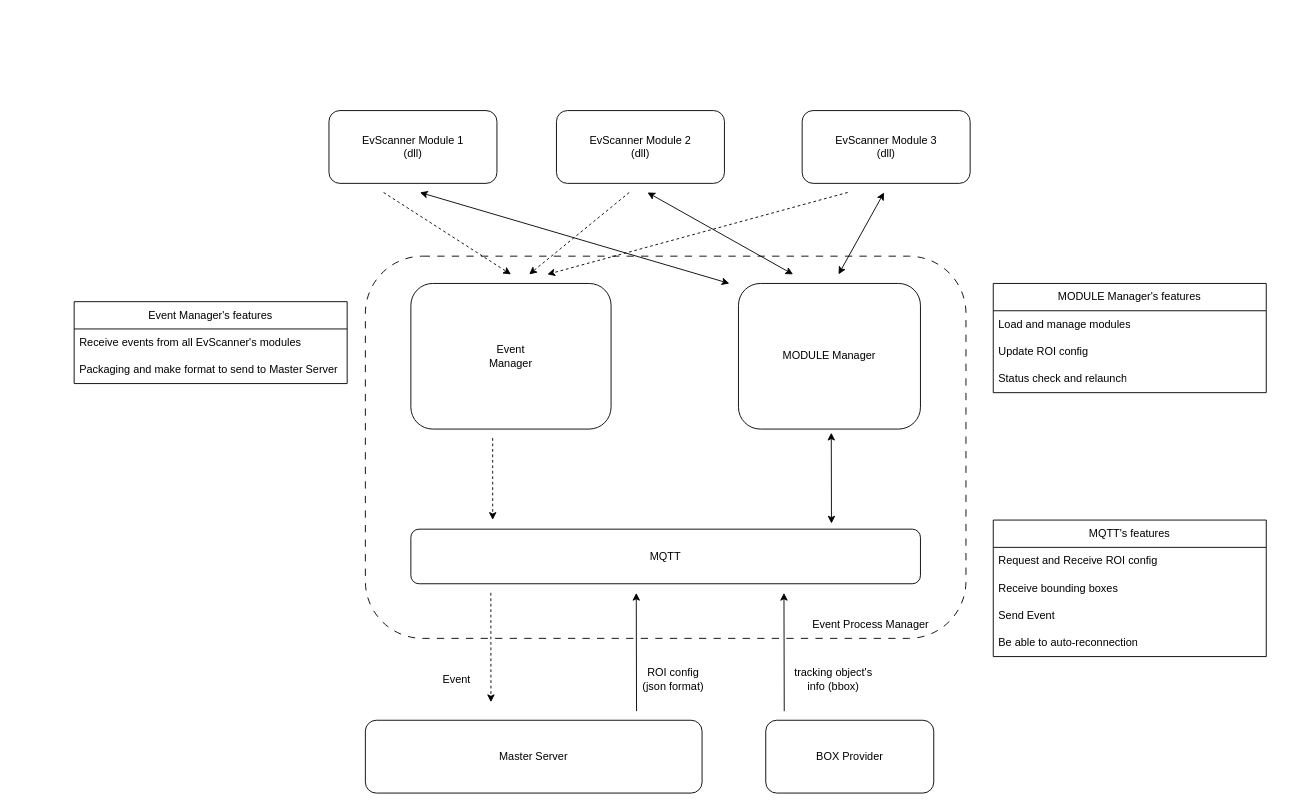
The draw.io diagram page "SolutionOrganization" (2 of 3) of PNIXEventProcess.drawio in huunhan312/CodeDiagram, before the edit. Source tidied: cells renumbered, new cells numbered last; positions are measured from the earlier drawing's top-left corner, leaving out a move shared by most shapes. Both pictures are drawn from the tidied source at 91%, with x=0, y=0 at pixel (74, 110).
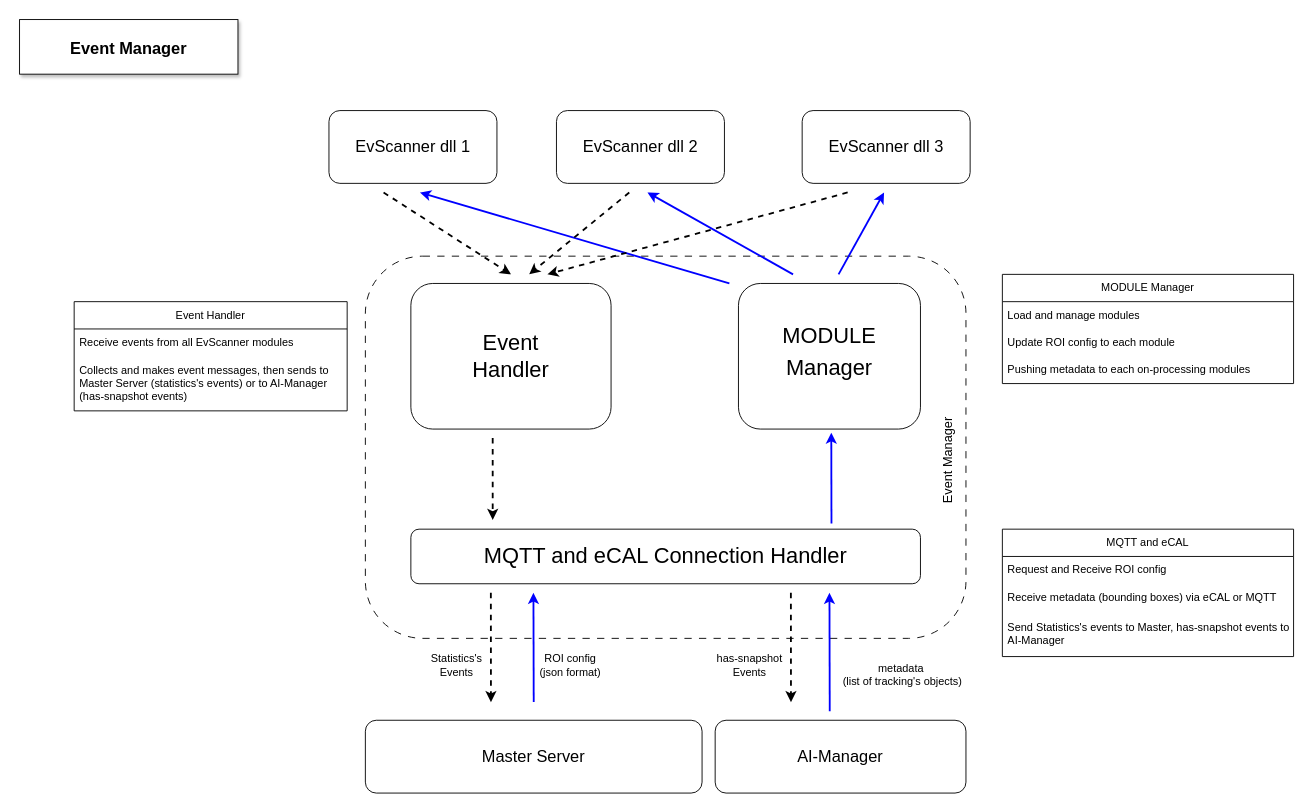
The same diagram, later.

Diff of the diagram source:
```diff
@@
-<mxGraphModel>
+<mxGraphModel background="#FFFFFF">
@@
-    <mxCell id="2" style="rounded=1;whiteSpace=wrap;html=1;dashed=1;dashPattern=8 8;fillColor=none;" parent="1" vertex="1">
+    <mxCell id="2" style="rounded=1;whiteSpace=wrap;html=1;dashed=1;dashPattern=8 8;fillColor=default;strokeWidth=1;" parent="1" vertex="1">
       <mxGeometry x="320" y="160" width="660" height="420" as="geometry" />
     </mxCell>
-    <mxCell id="3" value="MODULE Manager" style="rounded=1;whiteSpace=wrap;html=1;" parent="1" vertex="1">
+    <mxCell id="3" value="&lt;font style=&quot;font-size: 24px;&quot;&gt;MODULE&lt;/font&gt;&lt;div style=&quot;line-height: 340%;&quot;&gt;&lt;font style=&quot;font-size: 24px;&quot;&gt;Manager&lt;/font&gt;&lt;/div&gt;" style="rounded=1;whiteSpace=wrap;html=1;" parent="1" vertex="1">
       <mxGeometry x="730" y="190" width="200" height="160" as="geometry" />
     </mxCell>
-    <mxCell id="4" value="EvScanner Module 1&lt;div&gt;(dll)&lt;/div&gt;" style="rounded=1;whiteSpace=wrap;html=1;" parent="1" vertex="1">
+    <mxCell id="4" value="&lt;font style=&quot;font-size: 18px;&quot;&gt;EvScanner dll 1&lt;/font&gt;" style="rounded=1;whiteSpace=wrap;html=1;" parent="1" vertex="1">
       <mxGeometry x="280" width="184.6" height="80" as="geometry" />
     </mxCell>
-    <mxCell id="5" value="EvScanner Module 2&lt;div&gt;(dll)&lt;br&gt;&lt;/div&gt;" style="rounded=1;whiteSpace=wrap;html=1;" parent="1" vertex="1">
+    <mxCell id="5" value="&lt;div&gt;&lt;font style=&quot;font-size: 18px;&quot;&gt;EvScanner dll 2&lt;/font&gt;&lt;/div&gt;" style="rounded=1;whiteSpace=wrap;html=1;" parent="1" vertex="1">
       <mxGeometry x="530" width="184.6" height="80" as="geometry" />
     </mxCell>
-    <mxCell id="6" value="EvScanner Module 3&lt;div&gt;(dll)&lt;br&gt;&lt;/div&gt;" style="rounded=1;whiteSpace=wrap;html=1;" parent="1" vertex="1">
+    <mxCell id="6" value="&lt;div&gt;&lt;font style=&quot;font-size: 18px;&quot;&gt;EvScanner dll 3&lt;/font&gt;&lt;/div&gt;" style="rounded=1;whiteSpace=wrap;html=1;" parent="1" vertex="1">
       <mxGeometry x="800" width="184.6" height="80" as="geometry" />
     </mxCell>
-    <mxCell id="7" value="Event &lt;br&gt;Manager" style="rounded=1;whiteSpace=wrap;html=1;" parent="1" vertex="1">
+    <mxCell id="7" value="&lt;font style=&quot;font-size: 24px;&quot;&gt;Event &lt;br&gt;Handler&lt;/font&gt;" style="rounded=1;whiteSpace=wrap;html=1;" parent="1" vertex="1">
       <mxGeometry x="370" y="190" width="220" height="160" as="geometry" />
     </mxCell>
-    <mxCell id="8" style="endArrow=classic;startArrow=classic;html=1;rounded=0;" parent="1" edge="1">
+    <mxCell id="8" style="endArrow=none;startArrow=classic;html=1;rounded=0;endFill=0;strokeWidth=2;strokeColor=#0000FF;" parent="1" edge="1">
       <mxGeometry relative="1" as="geometry">
         <mxPoint x="380" y="90" as="sourcePoint" />
         <mxPoint x="720" y="190" as="targetPoint" />
       </mxGeometry>
     </mxCell>
-    <mxCell id="9" style="endArrow=classic;startArrow=classic;html=1;rounded=0;" parent="1" edge="1">
+    <mxCell id="9" style="endArrow=none;startArrow=classic;html=1;rounded=0;endFill=0;strokeWidth=2;strokeColor=#0000FF;" parent="1" edge="1">
       <mxGeometry relative="1" as="geometry">
         <mxPoint x="630" y="90" as="sourcePoint" />
         <mxPoint x="790" y="180" as="targetPoint" />
       </mxGeometry>
     </mxCell>
-    <mxCell id="10" style="endArrow=classic;startArrow=classic;html=1;rounded=0;" parent="1" edge="1">
+    <mxCell id="10" style="endArrow=none;startArrow=classic;html=1;rounded=0;startFill=1;endFill=0;strokeWidth=2;strokeColor=#0000FF;" parent="1" edge="1">
       <mxGeometry relative="1" as="geometry">
         <mxPoint x="890" y="90" as="sourcePoint" />
         <mxPoint x="840" y="180" as="targetPoint" />
       </mxGeometry>
     </mxCell>
-    <mxCell id="11" style="endArrow=classic;html=1;rounded=0;dashed=1;" parent="1" edge="1">
+    <mxCell id="11" style="endArrow=classic;html=1;rounded=0;dashed=1;strokeWidth=2;" parent="1" edge="1">
       <mxGeometry relative="1" as="geometry">
         <mxPoint x="340" y="90" as="sourcePoint" />
         <mxPoint x="480" y="180" as="targetPoint" />
       </mxGeometry>
     </mxCell>
-    <mxCell id="12" style="endArrow=classic;html=1;rounded=0;dashed=1;" parent="1" edge="1">
+    <mxCell id="12" style="endArrow=classic;html=1;rounded=0;dashed=1;strokeWidth=2;" parent="1" edge="1">
       <mxGeometry relative="1" as="geometry">
         <mxPoint x="610" y="90" as="sourcePoint" />
         <mxPoint x="500" y="180" as="targetPoint" />
       </mxGeometry>
     </mxCell>
-    <mxCell id="13" style="endArrow=classic;html=1;rounded=0;dashed=1;" parent="1" edge="1">
+    <mxCell id="13" style="endArrow=classic;html=1;rounded=0;dashed=1;strokeWidth=2;" parent="1" edge="1">
       <mxGeometry relative="1" as="geometry">
         <mxPoint x="850" y="90" as="sourcePoint" />
         <mxPoint x="520" y="180" as="targetPoint" />
       </mxGeometry>
     </mxCell>
-    <mxCell id="14" value="MQTT" style="rounded=1;whiteSpace=wrap;html=1;" parent="1" vertex="1">
+    <mxCell id="14" value="&lt;font style=&quot;font-size: 24px;&quot;&gt;MQTT and eCAL Connection Handler&lt;/font&gt;" style="rounded=1;whiteSpace=wrap;html=1;" parent="1" vertex="1">
       <mxGeometry x="370" y="460" width="560" height="60" as="geometry" />
     </mxCell>
-    <mxCell id="15" style="endArrow=classic;html=1;rounded=0;exitX=0.212;exitY=0.476;exitDx=0;exitDy=0;entryX=0.212;entryY=0.69;entryDx=0;entryDy=0;dashed=1;entryPerimeter=0;exitPerimeter=0;" parent="1" edge="1" source="2" target="2">
+    <mxCell id="15" style="endArrow=classic;html=1;rounded=0;exitX=0.212;exitY=0.476;exitDx=0;exitDy=0;entryX=0.212;entryY=0.69;entryDx=0;entryDy=0;dashed=1;entryPerimeter=0;exitPerimeter=0;strokeWidth=2;" parent="1" edge="1" source="2" target="2">
       <mxGeometry relative="1" as="geometry" />
     </mxCell>
-    <mxCell id="16" style="endArrow=classic;startArrow=classic;html=1;rounded=0;entryX=0.5;entryY=1;entryDx=0;entryDy=0;exitX=0.773;exitY=0.69;exitDx=0;exitDy=0;exitPerimeter=0;" parent="1" edge="1">
+    <mxCell id="16" style="endArrow=classic;startArrow=none;html=1;rounded=0;entryX=0.5;entryY=1;entryDx=0;entryDy=0;exitX=0.773;exitY=0.69;exitDx=0;exitDy=0;exitPerimeter=0;endFill=1;startFill=0;strokeWidth=2;curved=0;strokeColor=#0000FF;" parent="1" edge="1">
       <mxGeometry relative="1" as="geometry">
         <mxPoint x="832.2" y="453.8" as="sourcePoint" />
         <mxPoint x="832" y="354" as="targetPoint" />
       </mxGeometry>
     </mxCell>
-    <mxCell id="17" value="Master Server" style="rounded=1;whiteSpace=wrap;html=1;" parent="1" vertex="1">
+    <mxCell id="17" value="&lt;font style=&quot;font-size: 18px;&quot;&gt;Master Server&lt;/font&gt;" style="rounded=1;whiteSpace=wrap;html=1;" parent="1" vertex="1">
       <mxGeometry x="320" y="670" width="370" height="80" as="geometry" />
     </mxCell>
-    <mxCell id="18" style="endArrow=classic;html=1;rounded=0;entryX=0.5;entryY=0;entryDx=0;entryDy=0;dashed=1;exitX=0.209;exitY=0.881;exitDx=0;exitDy=0;exitPerimeter=0;" parent="1" edge="1">
+    <mxCell id="18" style="endArrow=classic;html=1;rounded=0;entryX=0.5;entryY=0;entryDx=0;entryDy=0;dashed=1;exitX=0.209;exitY=0.881;exitDx=0;exitDy=0;exitPerimeter=0;strokeWidth=2;" parent="1" edge="1">
       <mxGeometry relative="1" as="geometry">
         <mxPoint x="457.9" y="530" as="sourcePoint" />
         <mxPoint x="458" y="650.1" as="targetPoint" />
       </mxGeometry>
     </mxCell>
-    <mxCell id="19" value="BOX Provider" style="rounded=1;whiteSpace=wrap;html=1;" parent="1" vertex="1">
-      <mxGeometry x="760" y="670" width="184.6" height="80" as="geometry" />
+    <mxCell id="19" value="&lt;font style=&quot;font-size: 18px;&quot;&gt;AI-Manager&lt;/font&gt;" style="rounded=1;whiteSpace=wrap;html=1;" parent="1" vertex="1">
+      <mxGeometry x="704.4" y="670" width="275.6" height="80" as="geometry" />
     </mxCell>
-    <mxCell id="20" style="endArrow=classic;html=1;rounded=0;entryX=0.5;entryY=0;entryDx=0;entryDy=0;" parent="1" edge="1">
+    <mxCell id="20" style="endArrow=classic;html=1;rounded=0;entryX=0.5;entryY=0;entryDx=0;entryDy=0;strokeWidth=2;strokeColor=#0000FF;" parent="1" edge="1">
       <mxGeometry relative="1" as="geometry">
-        <mxPoint x="618" y="660" as="sourcePoint" />
-        <mxPoint x="617.7" y="530" as="targetPoint" />
+        <mxPoint x="505" y="650" as="sourcePoint" />
+        <mxPoint x="504.7" y="530" as="targetPoint" />
       </mxGeometry>
     </mxCell>
-    <mxCell id="21" value="Event" style="text;html=1;align=center;verticalAlign=middle;strokeColor=none;fillColor=none;" parent="1" vertex="1">
-      <mxGeometry x="395.3" y="610" width="50" height="30" as="geometry" />
+    <mxCell id="21" value="Statistics's &lt;br&gt;Events" style="text;html=1;align=center;verticalAlign=middle;strokeColor=none;fillColor=none;" parent="1" vertex="1">
+      <mxGeometry x="380.3" y="590" width="80" height="40" as="geometry" />
     </mxCell>
     <mxCell id="22" value="ROI config&lt;div&gt;(json format)&lt;/div&gt;" style="text;html=1;align=center;verticalAlign=middle;strokeColor=none;fillColor=none;" parent="1" vertex="1">
-      <mxGeometry x="613" y="605" width="90" height="40" as="geometry" />
+      <mxGeometry x="500" y="590" width="90" height="40" as="geometry" />
     </mxCell>
-    <mxCell id="23" value="tracking object's &lt;br&gt;info (bbox)" style="text;html=1;align=center;verticalAlign=middle;strokeColor=none;fillColor=none;" parent="1" vertex="1">
-      <mxGeometry x="779" y="605" width="110" height="40" as="geometry" />
+    <mxCell id="23" value="metadata&amp;nbsp;&lt;br&gt;(list of tracking's objects)" style="text;html=1;align=center;verticalAlign=middle;strokeColor=none;fillColor=none;" parent="1" vertex="1">
+      <mxGeometry x="834.6" y="600" width="150" height="40" as="geometry" />
     </mxCell>
-    <mxCell id="24" value="Event Process Manager" style="text;html=1;align=center;verticalAlign=middle;strokeColor=none;fillColor=none;" parent="1" vertex="1">
-      <mxGeometry x="800" y="550" width="150" height="30" as="geometry" />
+    <mxCell id="24" value="&lt;font style=&quot;font-size: 14px;&quot;&gt;Event Manager&lt;/font&gt;" style="text;html=1;align=center;verticalAlign=middle;strokeColor=none;fillColor=none;rotation=-90;" parent="1" vertex="1">
+      <mxGeometry x="900" y="370" width="120" height="30" as="geometry" />
     </mxCell>
-    <mxCell id="25" style="endArrow=classic;html=1;rounded=0;entryX=0.5;entryY=0;entryDx=0;entryDy=0;" parent="1" edge="1">
+    <mxCell id="25" style="endArrow=classic;html=1;rounded=0;entryX=0.5;entryY=0;entryDx=0;entryDy=0;strokeWidth=2;strokeColor=#0000FF;" parent="1" edge="1">
       <mxGeometry relative="1" as="geometry">
-        <mxPoint x="780.3" y="660" as="sourcePoint" />
-        <mxPoint x="780" y="530" as="targetPoint" />
+        <mxPoint x="830.3" y="660" as="sourcePoint" />
+        <mxPoint x="830" y="530" as="targetPoint" />
       </mxGeometry>
     </mxCell>
-    <mxCell id="26" value="MODULE Manager's features" style="swimlane;fontStyle=0;horizontal=1;startSize=30;whiteSpace=wrap;html=1;" parent="1" vertex="1">
-      <mxGeometry x="1010" y="190" width="300" height="120" as="geometry" />
+    <mxCell id="26" value="MODULE Manager" style="swimlane;fontStyle=0;horizontal=1;startSize=30;whiteSpace=wrap;html=1;" parent="1" vertex="1">
+      <mxGeometry x="1020" y="180" width="320" height="120" as="geometry" />
     </mxCell>
     <mxCell id="27" value="Load and manage modules" style="text;strokeColor=none;fillColor=none;align=left;verticalAlign=middle;spacingLeft=4;spacingRight=4;overflow=hidden;whiteSpace=wrap;html=1;" parent="26" vertex="1">
-      <mxGeometry y="30" width="300" height="30" as="geometry" />
+      <mxGeometry y="30" width="320" height="30" as="geometry" />
     </mxCell>
-    <mxCell id="28" value="Update ROI config" style="text;strokeColor=none;fillColor=none;align=left;verticalAlign=middle;spacingLeft=4;spacingRight=4;overflow=hidden;whiteSpace=wrap;html=1;" parent="26" vertex="1">
-      <mxGeometry y="60" width="300" height="30" as="geometry" />
+    <mxCell id="28" value="Update ROI config to each module" style="text;strokeColor=none;fillColor=none;align=left;verticalAlign=middle;spacingLeft=4;spacingRight=4;overflow=hidden;whiteSpace=wrap;html=1;" parent="26" vertex="1">
+      <mxGeometry y="60" width="320" height="30" as="geometry" />
     </mxCell>
-    <mxCell id="29" value="Status check and relaunch" style="text;strokeColor=none;fillColor=none;align=left;verticalAlign=middle;spacingLeft=4;spacingRight=4;overflow=hidden;whiteSpace=wrap;html=1;" parent="26" vertex="1">
-      <mxGeometry y="90" width="300" height="30" as="geometry" />
+    <mxCell id="29" value="Pushing metadata to each on-processing modules" style="text;strokeColor=none;fillColor=none;align=left;verticalAlign=middle;spacingLeft=4;spacingRight=4;overflow=hidden;whiteSpace=wrap;html=1;" parent="26" vertex="1">
+      <mxGeometry y="90" width="320" height="30" as="geometry" />
     </mxCell>
-    <mxCell id="30" value="Event Manager's features" style="swimlane;fontStyle=0;horizontal=1;startSize=30;whiteSpace=wrap;html=1;" parent="1" vertex="1">
-      <mxGeometry y="210" width="300" height="90" as="geometry" />
+    <mxCell id="30" value="Event Handler" style="swimlane;fontStyle=0;horizontal=1;startSize=30;whiteSpace=wrap;html=1;" parent="1" vertex="1">
+      <mxGeometry y="210" width="300" height="120" as="geometry" />
     </mxCell>
-    <mxCell id="31" value="Receive events from all EvScanner's modules" style="text;strokeColor=none;fillColor=none;align=left;verticalAlign=middle;spacingLeft=4;spacingRight=4;overflow=hidden;whiteSpace=wrap;html=1;" parent="30" vertex="1">
+    <mxCell id="31" value="Receive events from all EvScanner modules" style="text;strokeColor=none;fillColor=none;align=left;verticalAlign=middle;spacingLeft=4;spacingRight=4;overflow=hidden;whiteSpace=wrap;html=1;" parent="30" vertex="1">
       <mxGeometry y="30" width="300" height="30" as="geometry" />
     </mxCell>
-    <mxCell id="32" value="Packaging and make format to send to Master Server" style="text;strokeColor=none;fillColor=none;align=left;verticalAlign=middle;spacingLeft=4;spacingRight=4;overflow=hidden;whiteSpace=wrap;html=1;" parent="30" vertex="1">
-      <mxGeometry y="60" width="300" height="30" as="geometry" />
+    <mxCell id="32" value="Collects and makes event messages, then sends to Master Server (statistics's events) or to AI-Manager (has-snapshot events)" style="text;strokeColor=none;fillColor=none;align=left;verticalAlign=middle;spacingLeft=4;spacingRight=4;overflow=hidden;whiteSpace=wrap;html=1;" parent="30" vertex="1">
+      <mxGeometry y="60" width="300" height="60" as="geometry" />
     </mxCell>
-    <mxCell id="33" value="MQTT's features" style="swimlane;fontStyle=0;horizontal=1;startSize=30;whiteSpace=wrap;html=1;" parent="1" vertex="1">
-      <mxGeometry x="1010" y="450" width="300" height="150" as="geometry" />
+    <mxCell id="33" value="MQTT and eCAL" style="swimlane;fontStyle=0;horizontal=1;startSize=30;whiteSpace=wrap;html=1;" parent="1" vertex="1">
+      <mxGeometry x="1020" y="460" width="320" height="140" as="geometry" />
     </mxCell>
     <mxCell id="34" value="Request and Receive ROI config" style="text;strokeColor=none;fillColor=none;align=left;verticalAlign=middle;spacingLeft=4;spacingRight=4;overflow=hidden;whiteSpace=wrap;html=1;" parent="33" vertex="1">
-      <mxGeometry y="30" width="300" height="30" as="geometry" />
+      <mxGeometry y="30" width="320" height="30" as="geometry" />
     </mxCell>
-    <mxCell id="35" value="Receive bounding boxes&amp;nbsp;" style="text;strokeColor=none;fillColor=none;align=left;verticalAlign=middle;spacingLeft=4;spacingRight=4;overflow=hidden;whiteSpace=wrap;html=1;" parent="33" vertex="1">
-      <mxGeometry y="60" width="300" height="30" as="geometry" />
+    <mxCell id="35" value="Receive metadata (bounding boxes) via eCAL or MQTT" style="text;strokeColor=none;fillColor=none;align=left;verticalAlign=middle;spacingLeft=4;spacingRight=4;overflow=hidden;whiteSpace=wrap;html=1;" parent="33" vertex="1">
+      <mxGeometry y="60" width="320" height="30" as="geometry" />
     </mxCell>
-    <mxCell id="36" value="Send Event" style="text;strokeColor=none;fillColor=none;align=left;verticalAlign=middle;spacingLeft=4;spacingRight=4;overflow=hidden;whiteSpace=wrap;html=1;" parent="33" vertex="1">
-      <mxGeometry y="90" width="300" height="30" as="geometry" />
+    <mxCell id="36" value="Send Statistics's events to Master, has-snapshot events to AI-Manager" style="text;strokeColor=none;fillColor=none;align=left;verticalAlign=middle;spacingLeft=4;spacingRight=4;overflow=hidden;whiteSpace=wrap;html=1;" parent="33" vertex="1">
+      <mxGeometry y="90" width="320" height="50" as="geometry" />
     </mxCell>
-    <mxCell id="37" value="Be able to auto-reconnection" style="text;strokeColor=none;fillColor=none;align=left;verticalAlign=middle;spacingLeft=4;spacingRight=4;overflow=hidden;whiteSpace=wrap;html=1;" parent="33" vertex="1">
-      <mxGeometry y="120" width="300" height="30" as="geometry" />
-    </mxCell>
+    <mxCell id="38" value="has-snapshot&lt;br&gt;Events" style="text;html=1;align=center;verticalAlign=middle;strokeColor=none;fillColor=none;" parent="1" vertex="1">
+      <mxGeometry x="692" y="590" width="100" height="40" as="geometry" />
+    </mxCell>
+    <mxCell id="39" style="endArrow=classic;html=1;rounded=0;entryX=0.5;entryY=0;entryDx=0;entryDy=0;dashed=1;exitX=0.209;exitY=0.881;exitDx=0;exitDy=0;exitPerimeter=0;strokeWidth=2;" parent="1" edge="1">
+      <mxGeometry relative="1" as="geometry">
+        <mxPoint x="787.6" y="530" as="sourcePoint" />
+        <mxPoint x="787.7" y="650.1" as="targetPoint" />
+      </mxGeometry>
+    </mxCell>
+    <mxCell id="40" value="&lt;h1 style=&quot;&quot;&gt;&lt;span style=&quot;background-color: transparent; color: light-dark(rgb(0, 0, 0), rgb(255, 255, 255));&quot;&gt;&lt;font style=&quot;font-size: 18px;&quot;&gt;Event Manager&lt;/font&gt;&lt;/span&gt;&lt;/h1&gt;" style="rounded=0;whiteSpace=wrap;html=1;shadow=1;align=center;" parent="1" vertex="1">
+      <mxGeometry x="-60" y="-100" width="240" height="60" as="geometry" />
+    </mxCell>
```
